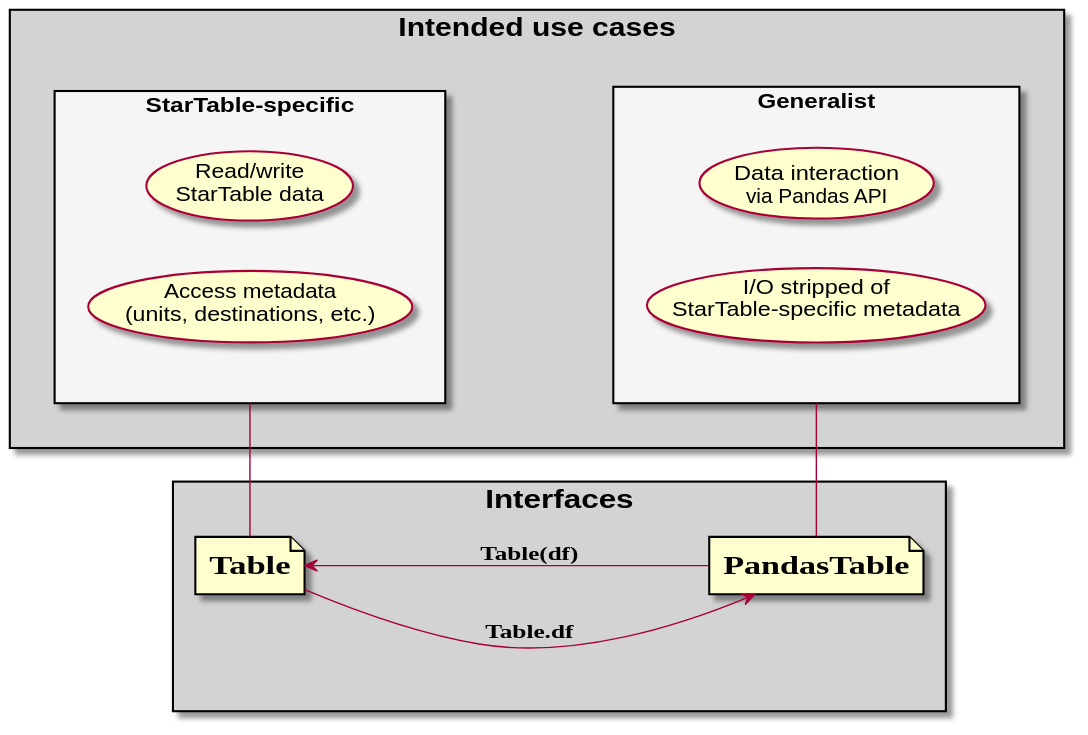
Before: docs/diagrams/img/table_interfaces/table_interfaces.svg, a diagram exported from PlantUML (startable/pdtable).
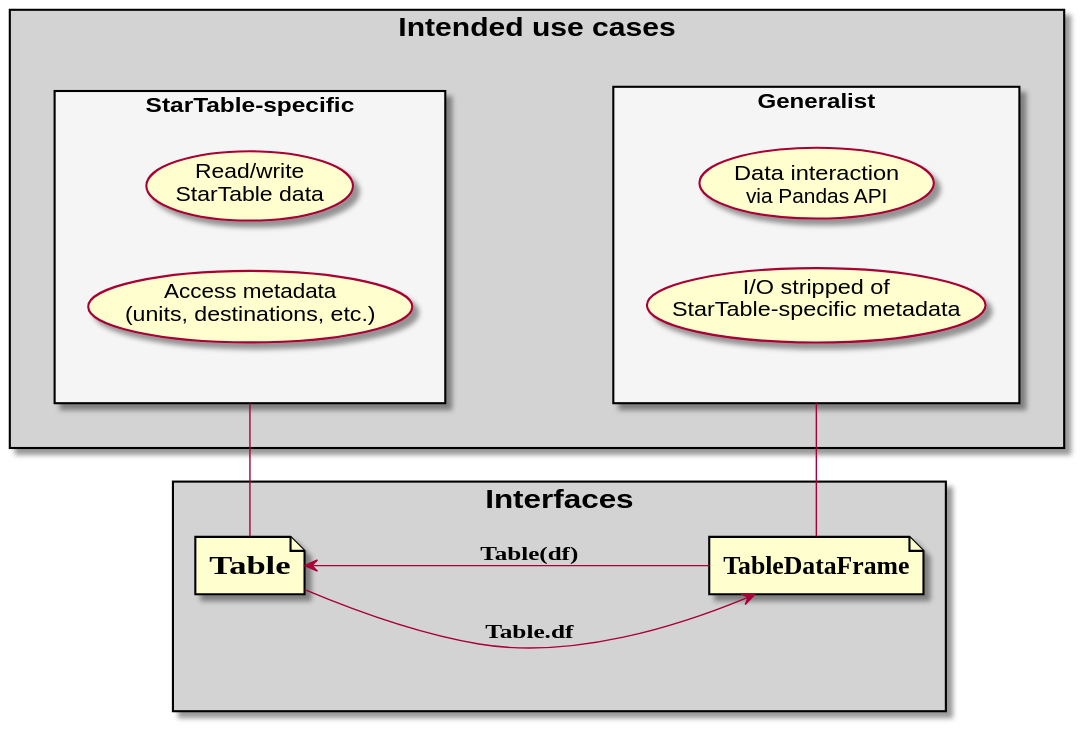
After the change.

Commit message:
Rename class PandasTable to TableDataFrame

What changed in the source:
```diff
@@ -20,7 +20,7 @@
 
 rectangle interfaces as "=Interfaces" #LightGray {
     file table as "=Table"
-    file df as "=PandasTable"
+    file df as "=TableDataFrame"
 }
 
 table --> df : <b>Table.df
```
